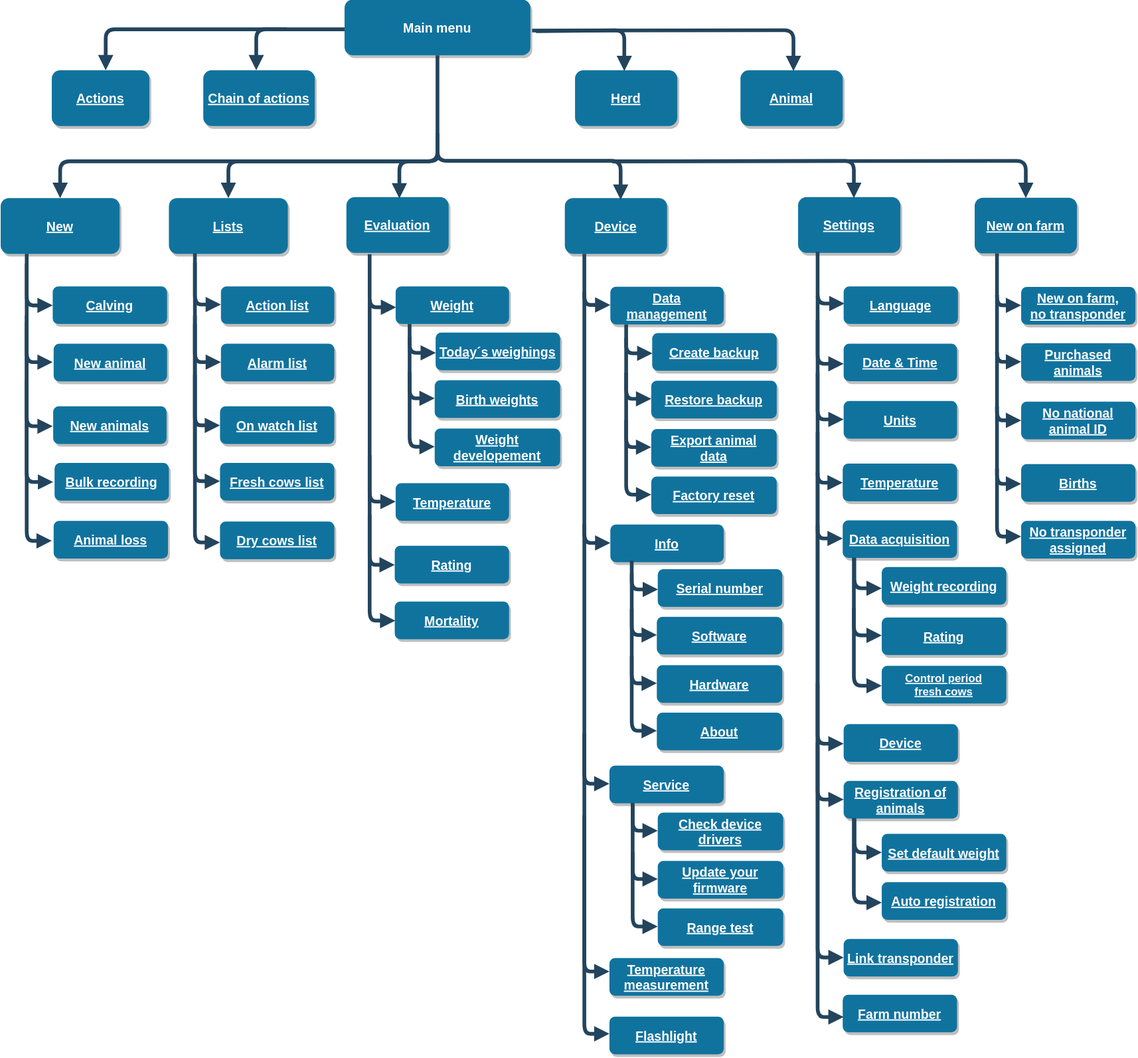
Before: content/en/docs/menu/menu-tree.svg, a diagram exported from draw.io (erjoh001/vitalcontrol.de). Source tidied: cells renumbered, new cells last; positions are measured from the earlier drawing's top-left corner, leaving out a move shared by most shapes.
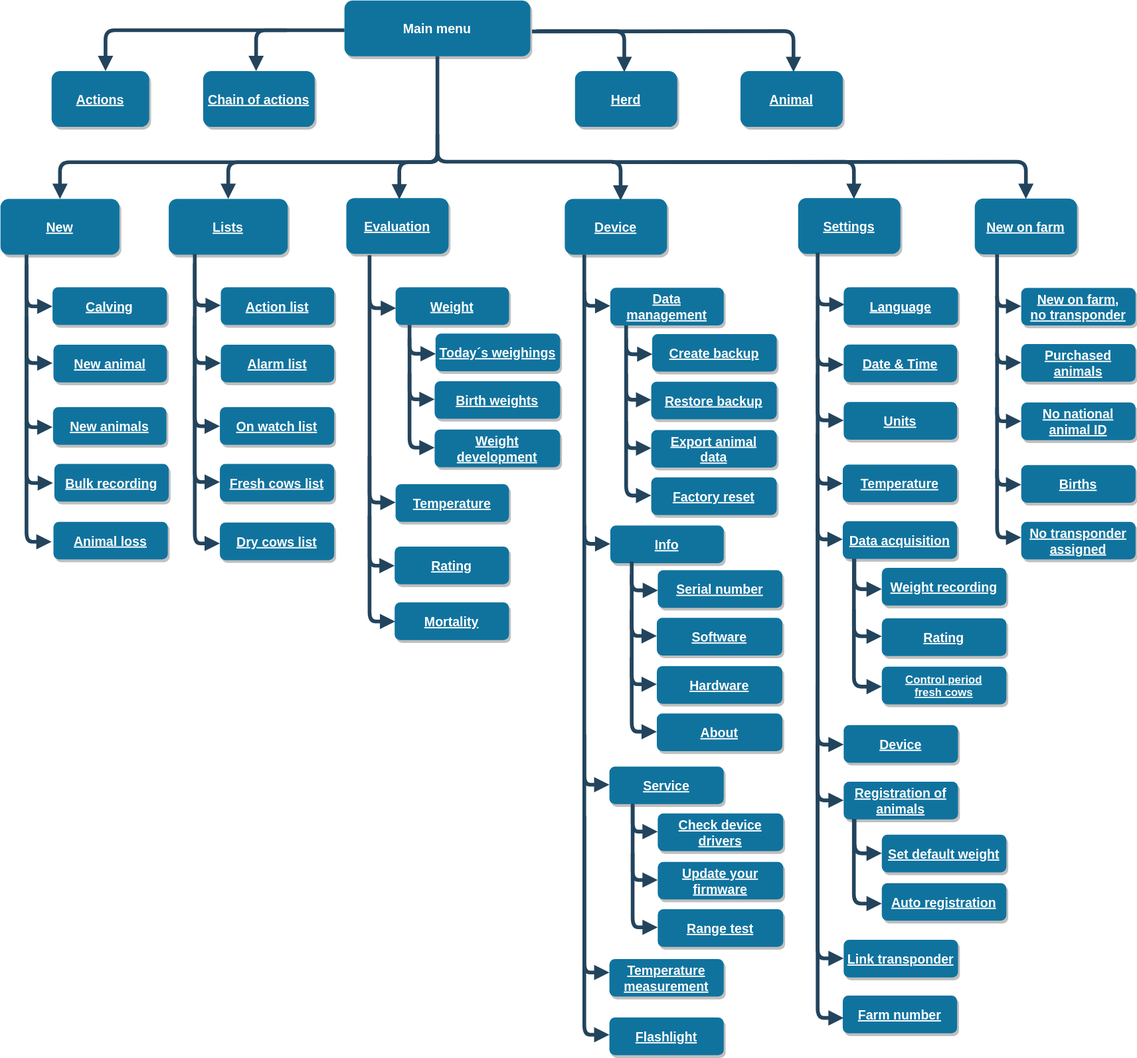
The same diagram one commit later.

Change to the diagram source:
```diff
@@ -194,7 +194,7 @@
     <mxCell id="36" value="Birth weights" style="rounded=1;fillColor=#10739E;strokeColor=none;shadow=1;gradientColor=none;fontStyle=5;fontColor=#FFFFFF;fontSize=14;" parent="1" vertex="1">
       <mxGeometry x="492" y="409.5" width="135" height="40.5" as="geometry" />
     </mxCell>
-    <mxCell id="37" value="Weight&#10;developement" style="rounded=1;fillColor=#10739E;strokeColor=none;shadow=1;gradientColor=none;fontStyle=5;fontColor=#FFFFFF;fontSize=14;" parent="1" vertex="1">
+    <mxCell id="37" value="Weight&#10;development" style="rounded=1;fillColor=#10739E;strokeColor=none;shadow=1;gradientColor=none;fontStyle=5;fontColor=#FFFFFF;fontSize=14;" parent="1" vertex="1">
       <mxGeometry x="492" y="461.5" width="135" height="40.5" as="geometry" />
     </mxCell>
     <mxCell id="38" style="edgeStyle=elbowEdgeStyle;elbow=vertical;strokeWidth=4;endArrow=block;endFill=1;fontStyle=5;strokeColor=#23445D;entryX=0;entryY=0.5;entryDx=0;entryDy=0;rounded=1;" parent="1" edge="1">
```
